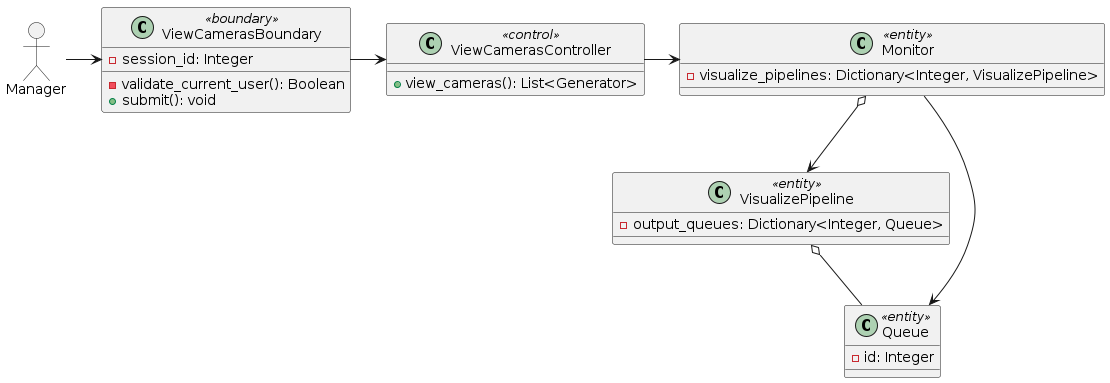
Above: docs/UML/Class Diagrams/view-real_time-cameras.png in LapTQ/MCT (PlantUML), before the change.
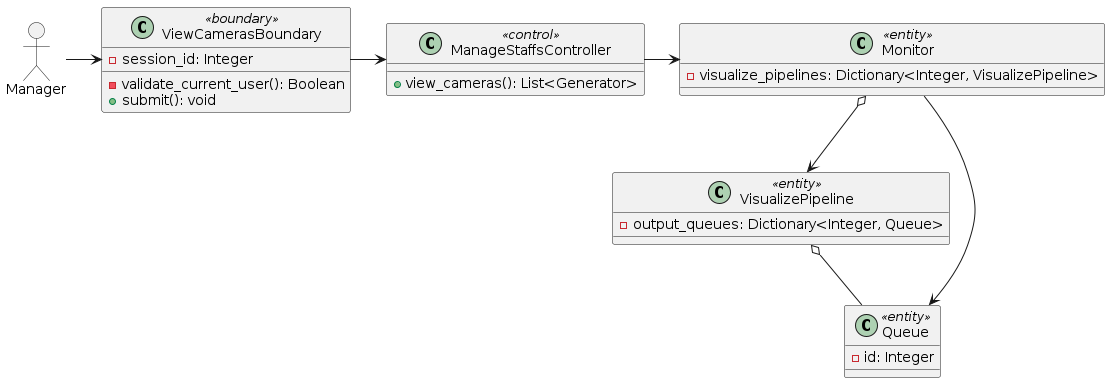
The same file after the commit.

Diff of the diagram source:
```diff
@@ -11,7 +11,7 @@
     + submit(): void
 }
 
-class ViewCamerasController <<control>> {
+class ManageStaffsController <<control>> {
 
     + view_cameras(): List<Generator>
 }
@@ -29,8 +29,8 @@
 }
 
 Manager -> ViewCamerasBoundary
-ViewCamerasBoundary -right-> ViewCamerasController
-ViewCamerasController -right-> Monitor
+ViewCamerasBoundary -right-> ManageStaffsController
+ManageStaffsController -right-> Monitor
 Monitor o--> VisualizePipeline
 Monitor --> Queue
 VisualizePipeline o-- Queue
```
